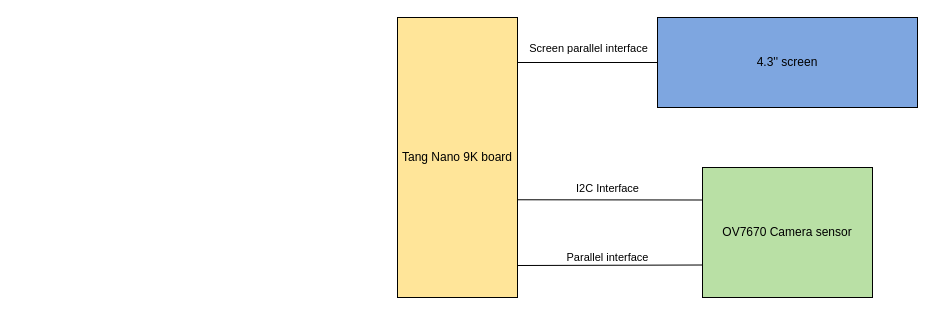
Above: doc/main_components.drawio in phoenix367/tang_nano_9K_ov7670 (draw.io), before the change. Source tidied: cells renumbered, new cells numbered last; positions are measured from the earlier drawing's top-left corner, leaving out a move shared by most shapes. Both pictures are drawn from the tidied source at 100%, with x=0, y=0 at pixel (397, 17).
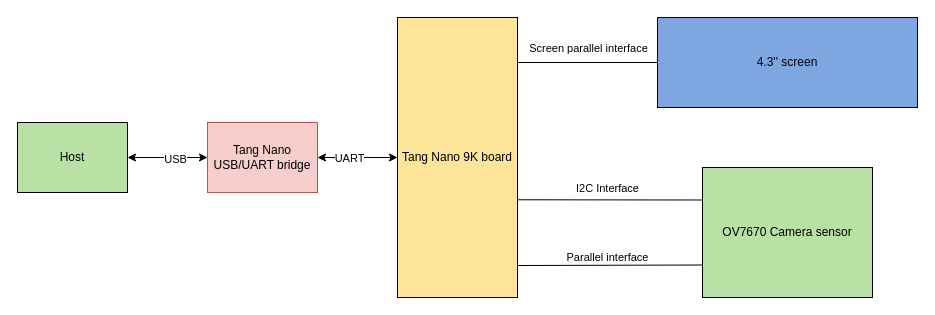
The same page after the edit.

Commit message (it also covers changes not shown here):
Update component diagram

The change refers to these unchanged cells:
```xml
<mxCell id="2" value="Tang Nano 9K board" style="rounded=0;whiteSpace=wrap;html=1;fillColor=#FFE599;" parent="1" vertex="1">
  <mxGeometry width="120" height="280" as="geometry" />
</mxCell>
```

Diff of the diagram source:
```diff
@@
+    <mxCell id="11" style="edgeStyle=orthogonalEdgeStyle;rounded=0;jettySize=auto;html=1;startArrow=classic;startFill=1;" parent="1" edge="1" source="13" target="16">
+      <mxGeometry relative="1" as="geometry" />
+    </mxCell>
+    <mxCell id="12" value="USB" style="edgeLabel;html=1;align=center;verticalAlign=middle;" parent="11" vertex="1">
+      <mxGeometry x="0.17" y="-1" relative="1" as="geometry" />
+    </mxCell>
+    <mxCell id="13" value="Host" style="rounded=0;whiteSpace=wrap;html=1;fillColor=#B9E0A5;" parent="1" vertex="1">
+      <mxGeometry x="-380" y="105" width="110" height="70" as="geometry" />
+    </mxCell>
+    <mxCell id="14" style="edgeStyle=orthogonalEdgeStyle;rounded=0;jettySize=auto;html=1;startArrow=classic;startFill=1;" parent="1" edge="1" source="16" target="2">
+      <mxGeometry relative="1" as="geometry" />
+    </mxCell>
+    <mxCell id="15" value="UART" style="edgeLabel;html=1;align=center;verticalAlign=middle;" parent="14" vertex="1">
+      <mxGeometry x="-0.23" relative="1" as="geometry" />
+    </mxCell>
+    <mxCell id="16" value="Tang Nano USB/UART bridge" style="rounded=0;whiteSpace=wrap;html=1;fillColor=#f8cecc;strokeColor=#b85450;" parent="1" vertex="1">
+      <mxGeometry x="-190" y="105" width="110" height="70" as="geometry" />
+    </mxCell>
```
